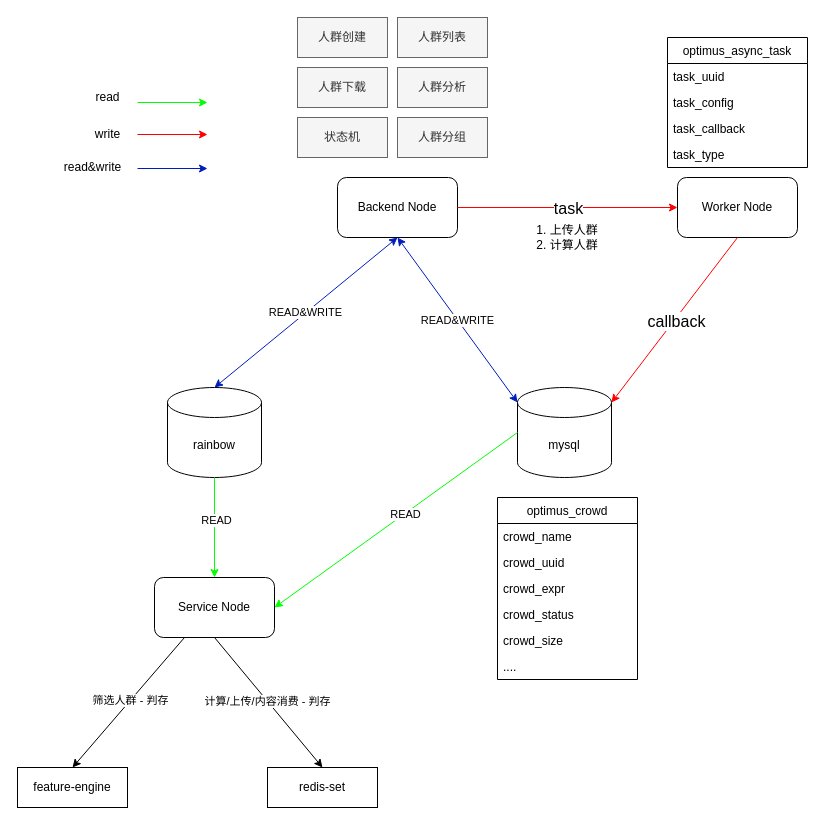
Above: ak_crowd.drawio in learn2Pro/draw_io_save (draw.io), before the change. Source tidied: cells renumbered, new cells numbered last; positions are measured from the earlier drawing's top-left corner, leaving out a move shared by most shapes. Both pictures are drawn from the tidied source at 100%, with x=0, y=0 at pixel (17, 17).
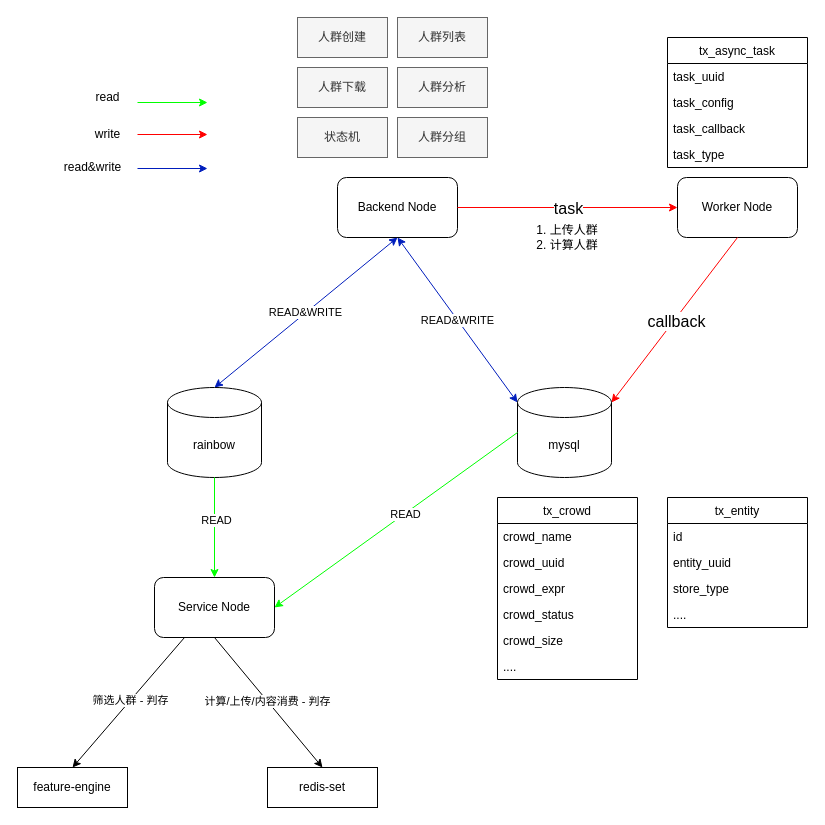
The same page after the edit.

Diff of the diagram source:
```diff
@@
-    <mxCell id="17" value="optimus_async_task" style="swimlane;fontStyle=0;horizontal=1;startSize=26;" parent="1" vertex="1">
+    <mxCell id="17" value="tx_async_task" style="swimlane;fontStyle=0;horizontal=1;startSize=26;" parent="1" vertex="1">
       <mxGeometry x="650" y="20" width="140" height="130" as="geometry" />
     </mxCell>
@@
-    <mxCell id="22" value="optimus_crowd" style="swimlane;fontStyle=0;horizontal=1;startSize=26;" parent="1" vertex="1">
+    <mxCell id="22" value="tx_crowd" style="swimlane;fontStyle=0;horizontal=1;startSize=26;" parent="1" vertex="1">
       <mxGeometry x="480" y="480" width="140" height="182" as="geometry" />
     </mxCell>
@@
+    <mxCell id="48" value="tx_entity" style="swimlane;fontStyle=0;horizontal=1;startSize=26;" parent="1" vertex="1">
+      <mxGeometry x="650" y="480" width="140" height="130" as="geometry" />
+    </mxCell>
+    <mxCell id="49" value="id" style="text;strokeColor=none;fillColor=none;align=left;verticalAlign=top;spacingLeft=4;spacingRight=4;overflow=hidden;" parent="48" vertex="1">
+      <mxGeometry y="26" width="140" height="26" as="geometry" />
+    </mxCell>
+    <mxCell id="50" value="entity_uuid" style="text;strokeColor=none;fillColor=none;align=left;verticalAlign=top;spacingLeft=4;spacingRight=4;overflow=hidden;" parent="48" vertex="1">
+      <mxGeometry y="52" width="140" height="26" as="geometry" />
+    </mxCell>
+    <mxCell id="51" value="store_type" style="text;strokeColor=none;fillColor=none;align=left;verticalAlign=top;spacingLeft=4;spacingRight=4;overflow=hidden;" parent="48" vertex="1">
+      <mxGeometry y="78" width="140" height="26" as="geometry" />
+    </mxCell>
+    <mxCell id="52" value="...." style="text;strokeColor=none;fillColor=none;align=left;verticalAlign=top;spacingLeft=4;spacingRight=4;overflow=hidden;" parent="48" vertex="1">
+      <mxGeometry y="104" width="140" height="26" as="geometry" />
+    </mxCell>
```
